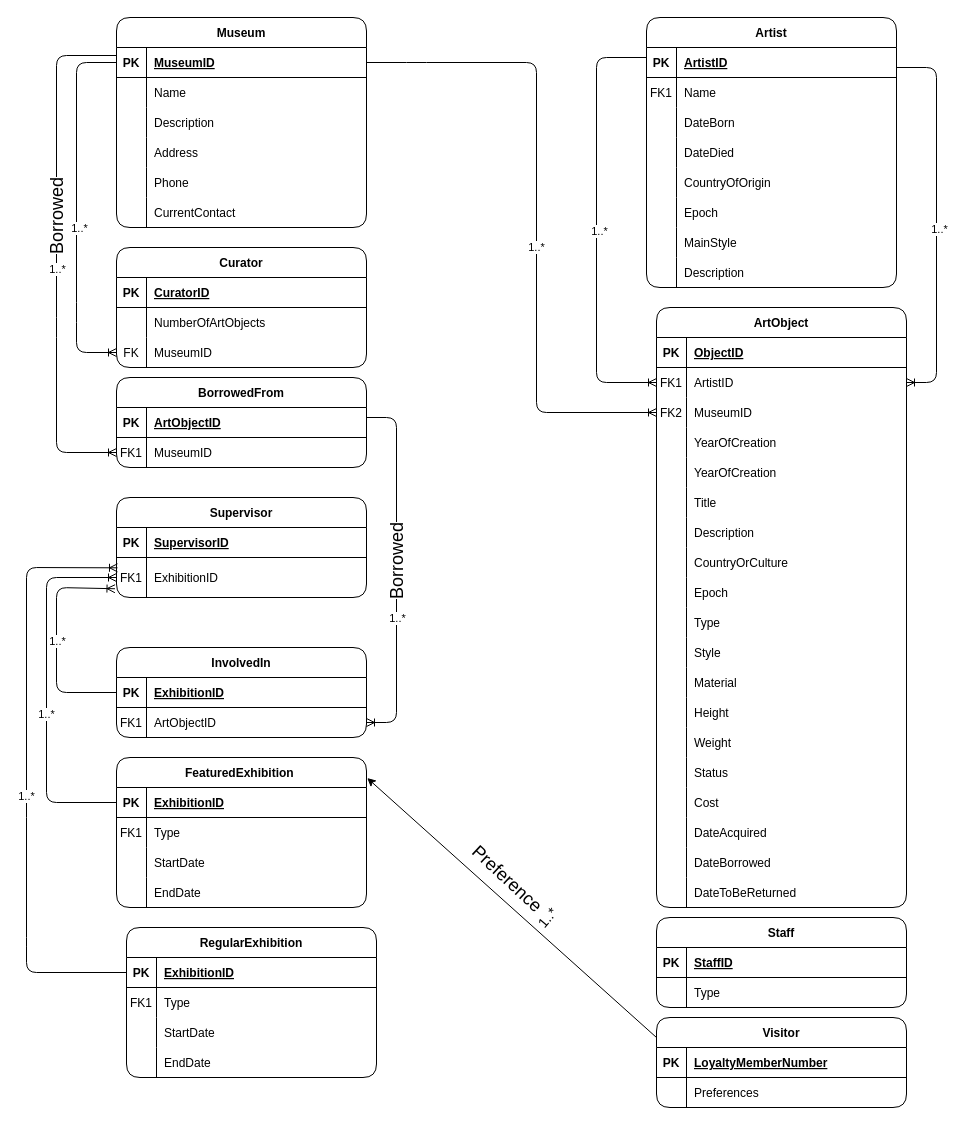
Earlier version of the draw.io diagram 未命名绘图.drawio (QingyangZeng-121/dat). Source tidied: cells renumbered, new cells numbered last; positions are measured from the earlier drawing's top-left corner, leaving out a move shared by most shapes. Both pictures are drawn from the tidied source at 100%, with x=0, y=0 at pixel (26, 17).
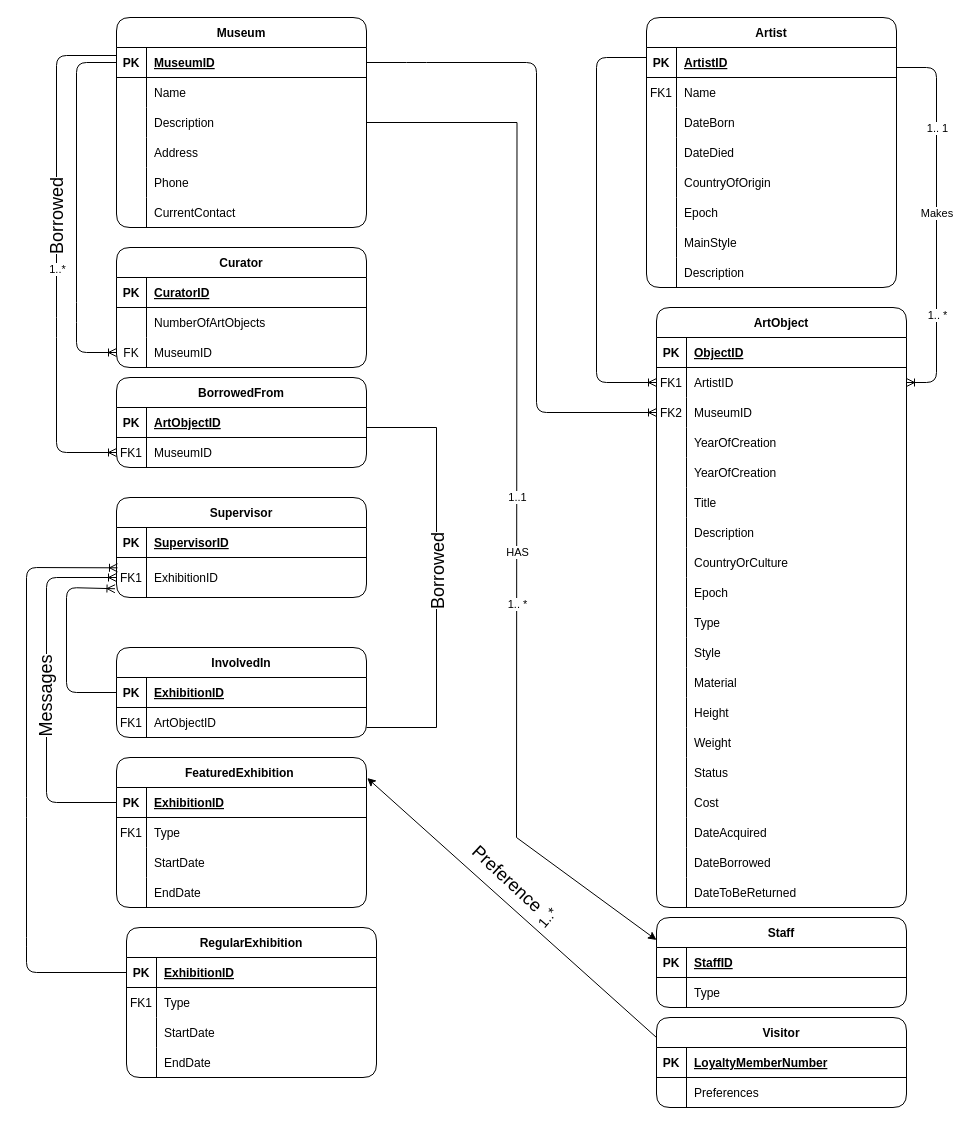
Above is the later version.

Commit message (it also covers changes not shown here):
更新未命名绘图.drawio

Unchanged cells that the change refers to:
```xml
<mxCell id="92" style="shape=partialRectangle;fillColor=none;points=[[0,0.5],[1,0.5]];portConstraint=eastwest;top=0;left=0;right=0;bottom=0;rounded=1;" parent="85" vertex="1">
  <mxGeometry y="90" width="250" height="30" as="geometry" />
</mxCell>
<mxCell id="121" value="Staff" style="shape=table;startSize=30;childLayout=tableLayout;rowLines=0;fontStyle=1;align=center;rounded=1;" parent="1" vertex="1">
  <mxGeometry x="630" y="900" width="250" height="90" as="geometry" />
</mxCell>
<mxCell id="132" style="shape=partialRectangle;fillColor=none;points=[[0,0.5],[1,0.5]];portConstraint=eastwest;top=0;left=0;right=0;bottom=0;rounded=1;" parent="128" vertex="1">
  <mxGeometry y="60" width="250" height="40" as="geometry" />
</mxCell>
<mxCell id="136" style="shape=partialRectangle;fillColor=none;points=[[0,0.5],[1,0.5]];portConstraint=eastwest;top=0;left=0;right=0;bottom=1;rounded=1;" parent="135" vertex="1">
  <mxGeometry y="30" width="250" height="30" as="geometry" />
</mxCell>
<mxCell id="139" style="shape=partialRectangle;fillColor=none;points=[[0,0.5],[1,0.5]];portConstraint=eastwest;top=0;left=0;right=0;bottom=0;rounded=1;" parent="135" vertex="1">
  <mxGeometry y="60" width="250" height="30" as="geometry" />
</mxCell>
<mxCell id="175" style="edgeStyle=entityRelationEdgeStyle;endArrow=ERoneToMany;startArrow=none;endFill=0;startFill=0;" parent="1" edge="1" target="31">
  <mxGeometry relative="1" as="geometry">
    <mxPoint x="870" y="50" as="sourcePoint" />
  </mxGeometry>
</mxCell>
<mxCell id="177" style="endArrow=ERoneToMany;html=1;rounded=1;labelBackgroundColor=default;strokeColor=default;align=center;verticalAlign=middle;fontFamily=Helvetica;fontSize=11;fontColor=default;shape=connector;entryX=0.004;entryY=0.258;entryDx=0;entryDy=0;exitX=0;exitY=0.5;exitDx=0;exitDy=0;endFill=0;entryPerimeter=0;" parent="1" edge="1" source="156" target="132">
  <mxGeometry relative="1" as="geometry">
    <Array as="points">
      <mxPoint y="955" />
      <mxPoint y="930" />
      <mxPoint y="790" />
      <mxPoint y="550" />
    </Array>
  </mxGeometry>
</mxCell>
<mxCell id="179" style="endArrow=ERoneToMany;html=1;rounded=1;labelBackgroundColor=default;strokeColor=default;align=center;verticalAlign=middle;fontFamily=Helvetica;fontSize=11;fontColor=default;shape=connector;exitX=0;exitY=0.5;exitDx=0;exitDy=0;endFill=0;entryX=0;entryY=0.5;entryDx=0;entryDy=0;" parent="1" edge="1" source="143" target="132">
  <mxGeometry relative="1" as="geometry">
    <Array as="points">
      <mxPoint x="20" y="785" />
      <mxPoint x="20" y="560" />
    </Array>
  </mxGeometry>
</mxCell>
<mxCell id="181" style="endArrow=none;html=1;rounded=1;labelBackgroundColor=default;strokeColor=default;align=center;verticalAlign=middle;fontFamily=Helvetica;fontSize=11;fontColor=default;shape=connector;exitX=0;exitY=0.5;exitDx=0;exitDy=0;endFill=0;entryX=0;entryY=0.5;entryDx=0;entryDy=0;startArrow=ERoneToMany;startFill=0;" parent="1" edge="1" source="111" target="86">
  <mxGeometry relative="1" as="geometry">
    <Array as="points">
      <mxPoint x="50" y="335" />
      <mxPoint x="50" y="295" />
      <mxPoint x="50" y="45" />
    </Array>
  </mxGeometry>
</mxCell>
<mxCell id="183" style="endArrow=none;html=1;rounded=1;labelBackgroundColor=default;strokeColor=default;align=center;verticalAlign=middle;fontFamily=Helvetica;fontSize=11;fontColor=default;shape=connector;exitX=0;exitY=0.5;exitDx=0;exitDy=0;endFill=0;startArrow=ERoneToMany;startFill=0;" parent="1" edge="1" source="31">
  <mxGeometry relative="1" as="geometry">
    <mxPoint x="620" y="40" as="targetPoint" />
    <Array as="points">
      <mxPoint x="570" y="365" />
      <mxPoint x="570" y="40" />
    </Array>
  </mxGeometry>
</mxCell>
<mxCell id="185" style="endArrow=none;html=1;rounded=1;labelBackgroundColor=default;strokeColor=default;align=center;verticalAlign=middle;fontFamily=Helvetica;fontSize=11;fontColor=default;shape=connector;exitX=0;exitY=0.5;exitDx=0;exitDy=0;endFill=0;startArrow=ERoneToMany;startFill=0;entryX=1;entryY=0.5;entryDx=0;entryDy=0;" parent="1" edge="1" source="34" target="86">
  <mxGeometry relative="1" as="geometry">
    <Array as="points">
      <mxPoint x="510" y="395" />
      <mxPoint x="510" y="45" />
      <mxPoint x="390" y="45" />
    </Array>
  </mxGeometry>
</mxCell>
```

What changed in the source:
```diff
@@
-    <mxCell id="176" value="1..*" style="edgeLabel;html=1;align=center;verticalAlign=middle;" parent="175" vertex="1">
-      <mxGeometry x="0.05" y="2" relative="1" as="geometry" />
-    </mxCell>
+    <mxCell id="198" value="1.. 1" style="edgeLabel;html=1;align=center;verticalAlign=middle;" parent="175" vertex="1">
+      <mxGeometry x="-0.48" relative="1" as="geometry" />
+    </mxCell>
+    <mxCell id="199" value="1.. *" style="edgeLabel;html=1;align=center;verticalAlign=middle;" parent="175" vertex="1">
+      <mxGeometry x="0.49" relative="1" as="geometry" />
+    </mxCell>
+    <mxCell id="200" value="Makes&amp;nbsp;" style="edgeLabel;html=1;align=center;verticalAlign=middle;" parent="175" vertex="1">
+      <mxGeometry x="-0.04" y="1" relative="1" as="geometry" />
+    </mxCell>
@@
-    <mxCell id="178" value="1..*" style="edgeLabel;html=1;align=center;verticalAlign=middle;" parent="177" vertex="1">
-      <mxGeometry x="-0.07" y="1" relative="1" as="geometry" />
-    </mxCell>
@@
-    <mxCell id="180" value="1..*" style="edgeLabel;html=1;align=center;verticalAlign=middle;" parent="179" vertex="1">
-      <mxGeometry x="-0.13" y="1" relative="1" as="geometry" />
-    </mxCell>
+    <mxCell id="201" value="&lt;font style=&quot;font-size: 18px;&quot;&gt;Messages&lt;/font&gt;" style="edgeLabel;html=1;align=center;verticalAlign=middle;rotation=-90;" parent="179" vertex="1">
+      <mxGeometry x="-0.04" y="1" relative="1" as="geometry" />
+    </mxCell>
@@
-    <mxCell id="182" value="1..*" style="edgeLabel;html=1;align=center;verticalAlign=middle;" parent="181" vertex="1">
-      <mxGeometry x="-0.11" y="-2" relative="1" as="geometry" />
-    </mxCell>
@@
-    <mxCell id="184" value="1..*" style="edgeLabel;html=1;align=center;verticalAlign=middle;" parent="183" vertex="1">
-      <mxGeometry x="-0.03" y="-2" relative="1" as="geometry">
-        <mxPoint y="-1" as="offset" />
-      </mxGeometry>
-    </mxCell>
@@
-    <mxCell id="186" value="1..*" style="edgeLabel;html=1;align=center;verticalAlign=middle;" parent="185" vertex="1">
-      <mxGeometry x="-0.06" y="1" relative="1" as="geometry">
-        <mxPoint y="15" as="offset" />
-      </mxGeometry>
-    </mxCell>
@@
-    <mxCell id="190" style="edgeStyle=entityRelationEdgeStyle;endArrow=ERoneToMany;startArrow=none;endFill=0;startFill=0;entryX=1;entryY=0.5;entryDx=0;entryDy=0;" parent="1" edge="1" target="139">
-      <mxGeometry relative="1" as="geometry">
-        <mxPoint x="340" y="400" as="sourcePoint" />
-        <Array as="points">
-          <mxPoint x="380" y="670" />
-        </Array>
-      </mxGeometry>
-    </mxCell>
-    <mxCell id="191" value="1..*" style="edgeLabel;html=1;align=center;verticalAlign=middle;" parent="190" vertex="1">
-      <mxGeometry x="-0.04" y="3" relative="1" as="geometry">
-        <mxPoint x="-3" y="55" as="offset" />
-      </mxGeometry>
-    </mxCell>
-    <mxCell id="192" value="&lt;font style=&quot;font-size: 18px;&quot;&gt;Borrowed&lt;/font&gt;" style="edgeLabel;html=1;align=center;verticalAlign=middle;rotation=-90;" parent="190" vertex="1">
-      <mxGeometry x="-0.04" relative="1" as="geometry" />
-    </mxCell>
     <mxCell id="193" style="endArrow=ERoneToMany;html=1;rounded=1;labelBackgroundColor=default;strokeColor=default;align=center;verticalAlign=middle;fontFamily=Helvetica;fontSize=11;fontColor=default;shape=connector;exitX=0;exitY=0.5;exitDx=0;exitDy=0;endFill=0;entryX=-0.006;entryY=0.781;entryDx=0;entryDy=0;entryPerimeter=0;" parent="1" edge="1" source="136" target="132">
       <mxGeometry relative="1" as="geometry">
         <Array as="points">
-          <mxPoint x="30" y="675" />
-          <mxPoint x="30" y="570" />
+          <mxPoint x="40" y="675" />
+          <mxPoint x="40" y="570" />
         </Array>
       </mxGeometry>
     </mxCell>
-    <mxCell id="194" value="1..*" style="edgeLabel;html=1;align=center;verticalAlign=middle;" parent="193" vertex="1">
-      <mxGeometry relative="1" as="geometry" />
-    </mxCell>
@@
+    <mxCell id="202" style="edgeStyle=orthogonalEdgeStyle;rounded=0;jettySize=auto;html=1;exitX=1;exitY=0.5;exitDx=0;exitDy=0;startArrow=none;startFill=0;endArrow=none;endFill=0;" parent="1" edge="1" source="92">
+      <mxGeometry relative="1" as="geometry">
+        <mxPoint x="490" y="820" as="targetPoint" />
+      </mxGeometry>
+    </mxCell>
+    <mxCell id="203" value="1..1" style="edgeLabel;html=1;align=center;verticalAlign=middle;" parent="202" vertex="1">
+      <mxGeometry x="0.38" relative="1" as="geometry">
+        <mxPoint y="-72" as="offset" />
+      </mxGeometry>
+    </mxCell>
+    <mxCell id="204" value="HAS" style="edgeLabel;html=1;align=center;verticalAlign=middle;" parent="202" vertex="1">
+      <mxGeometry x="0.34" relative="1" as="geometry" />
+    </mxCell>
+    <mxCell id="205" value="1.. *" style="edgeLabel;html=1;align=center;verticalAlign=middle;" parent="202" vertex="1">
+      <mxGeometry x="0.46" relative="1" as="geometry" />
+    </mxCell>
+    <mxCell id="206" style="endArrow=classic;html=1;rounded=0;entryX=0;entryY=0.25;entryDx=0;entryDy=0;" parent="1" edge="1" target="121">
+      <mxGeometry relative="1" as="geometry">
+        <mxPoint x="490" y="820" as="sourcePoint" />
+      </mxGeometry>
+    </mxCell>
+    <mxCell id="207" style="endArrow=none;html=1;rounded=0;" parent="1" edge="1">
+      <mxGeometry relative="1" as="geometry">
+        <mxPoint x="340" y="410" as="sourcePoint" />
+        <mxPoint x="410" y="410" as="targetPoint" />
+      </mxGeometry>
+    </mxCell>
+    <mxCell id="208" style="endArrow=none;html=1;rounded=0;" parent="1" edge="1">
+      <mxGeometry relative="1" as="geometry">
+        <mxPoint x="410" y="710" as="sourcePoint" />
+        <mxPoint x="410" y="410" as="targetPoint" />
+      </mxGeometry>
+    </mxCell>
+    <mxCell id="192" value="&lt;font style=&quot;font-size: 18px;&quot;&gt;Borrowed&lt;/font&gt;" style="edgeLabel;html=1;align=center;verticalAlign=middle;rotation=-90;" parent="208" vertex="1">
+      <mxGeometry x="0.03" y="-1" relative="1" as="geometry" />
+    </mxCell>
+    <mxCell id="209" style="endArrow=none;html=1;rounded=0;" parent="1" edge="1">
+      <mxGeometry relative="1" as="geometry">
+        <mxPoint x="340" y="710" as="sourcePoint" />
+        <mxPoint x="410" y="710" as="targetPoint" />
+      </mxGeometry>
+    </mxCell>
```
